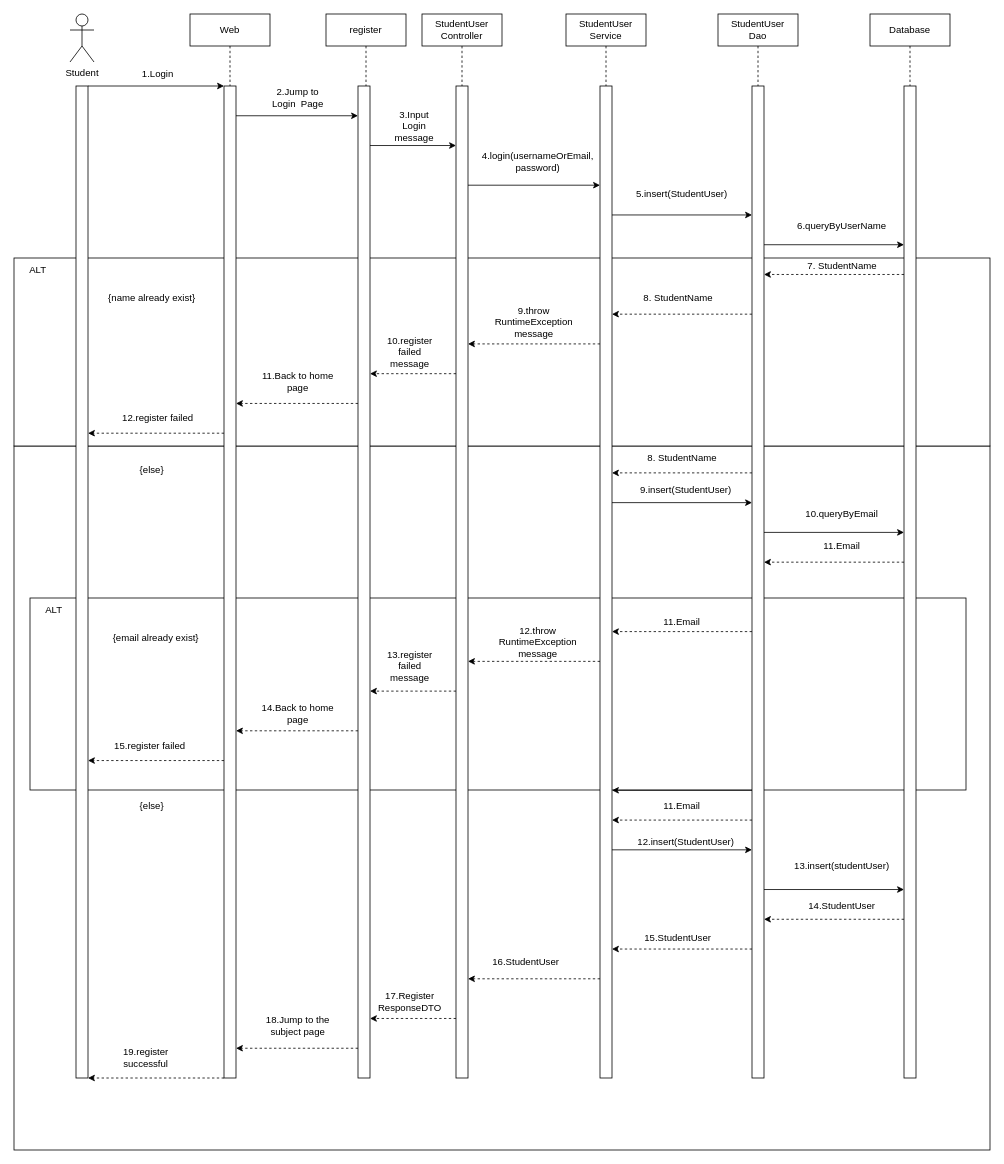
vriusc/Intelligent-Tutoring-System keeps this draw.io diagram as Login.drawio. Above is the earlier version. Source tidied: cells renumbered, new cells numbered last; positions are measured from the earlier drawing's top-left corner, leaving out a move shared by most shapes. Both pictures are drawn from the tidied source at 80%, with x=0, y=0 at pixel (14, 14).
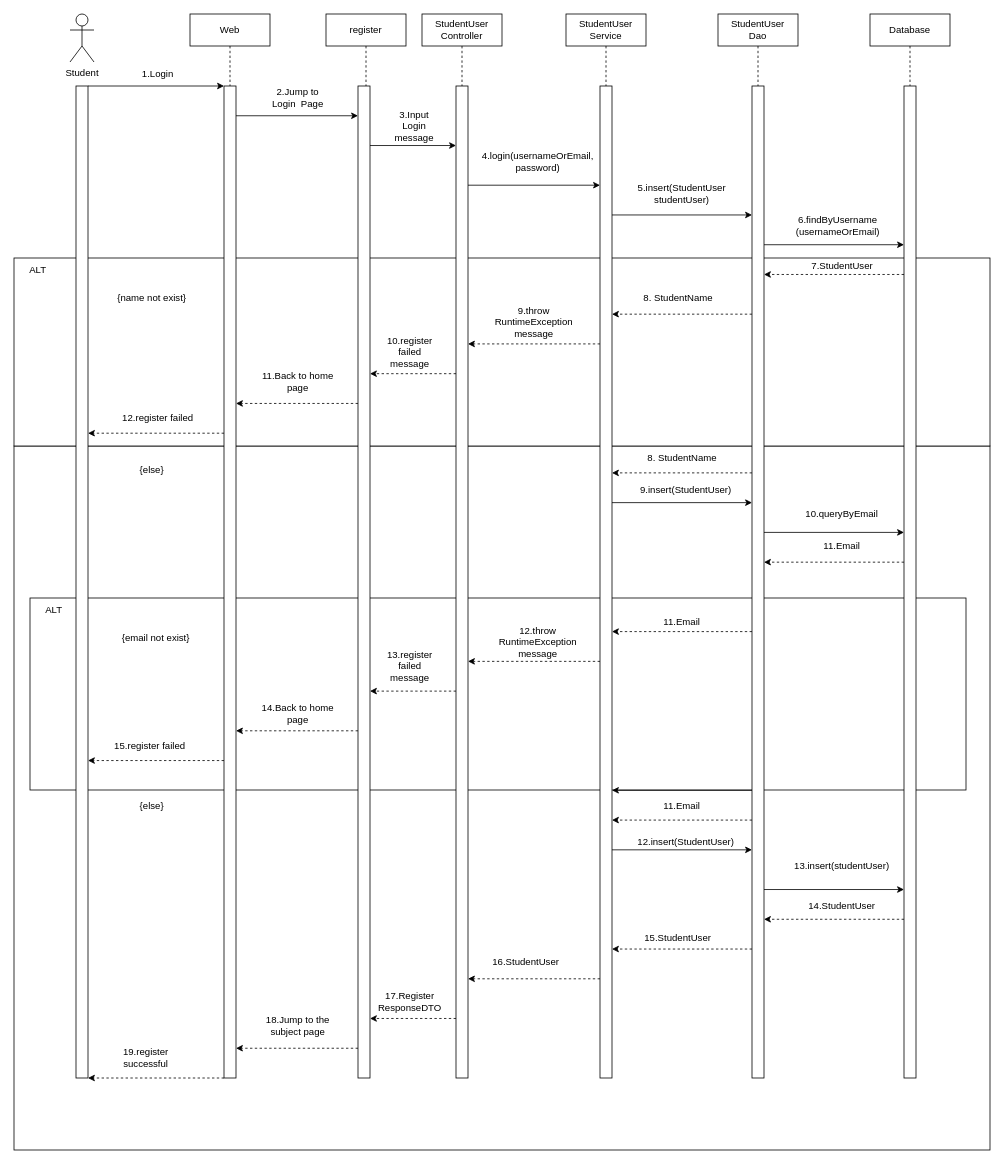
The same diagram, later.

What changed in the source:
```diff
@@
-    <mxCell id="16" value="5.insert(StudentUser&lt;span style=&quot;background-color: initial;&quot;&gt;)&lt;/span&gt;" style="text;html=1;strokeColor=none;fillColor=none;align=center;verticalAlign=middle;whiteSpace=wrap;rounded=0;" parent="1" vertex="1">
+    <mxCell id="16" value="&lt;div style=&quot;&quot;&gt;5.insert(StudentUser studentUser)&lt;/div&gt;" style="text;html=1;strokeColor=none;fillColor=none;align=center;verticalAlign=middle;whiteSpace=wrap;rounded=0;" parent="1" vertex="1">
       <mxGeometry x="770" y="210" width="130" height="30" as="geometry" />
     </mxCell>
-    <mxCell id="17" value="6.queryByUserName" style="text;html=1;strokeColor=none;fillColor=none;align=center;verticalAlign=middle;whiteSpace=wrap;rounded=0;" parent="1" vertex="1">
-      <mxGeometry x="970" y="250" width="130" height="30" as="geometry" />
-    </mxCell>
-    <mxCell id="18" value="7. StudentName" style="text;html=1;align=center;verticalAlign=middle;strokeColor=none;fillColor=none;" parent="1" vertex="1">
-      <mxGeometry x="980" y="300" width="110" height="30" as="geometry" />
+    <mxCell id="18" value="7.StudentUser" style="text;html=1;align=center;verticalAlign=middle;strokeColor=none;fillColor=none;" parent="1" vertex="1">
+      <mxGeometry x="985" y="300" width="100" height="30" as="geometry" />
     </mxCell>
@@
-    <mxCell id="65" value="{name already exist}" style="text;html=1;strokeColor=none;fillColor=none;align=center;verticalAlign=middle;whiteSpace=wrap;rounded=0;" parent="1" vertex="1">
+    <mxCell id="65" value="{name not exist}" style="text;html=1;strokeColor=none;fillColor=none;align=center;verticalAlign=middle;whiteSpace=wrap;rounded=0;" parent="1" vertex="1">
       <mxGeometry x="100" y="335" width="145" height="40" as="geometry" />
     </mxCell>
@@
-    <mxCell id="72" value="{email already exist}" style="text;html=1;strokeColor=none;fillColor=none;align=center;verticalAlign=middle;whiteSpace=wrap;rounded=0;" parent="1" vertex="1">
+    <mxCell id="72" value="{email not exist}" style="text;html=1;strokeColor=none;fillColor=none;align=center;verticalAlign=middle;whiteSpace=wrap;rounded=0;" parent="1" vertex="1">
       <mxGeometry x="105" y="760" width="145" height="40" as="geometry" />
     </mxCell>
@@
+    <mxCell id="86" value="6.findByUsername (usernameOrEmail)" style="text;html=1;strokeColor=none;fillColor=none;align=center;verticalAlign=middle;whiteSpace=wrap;rounded=0;" parent="1" vertex="1">
+      <mxGeometry x="1000" y="250" width="60" height="30" as="geometry" />
+    </mxCell>
```
